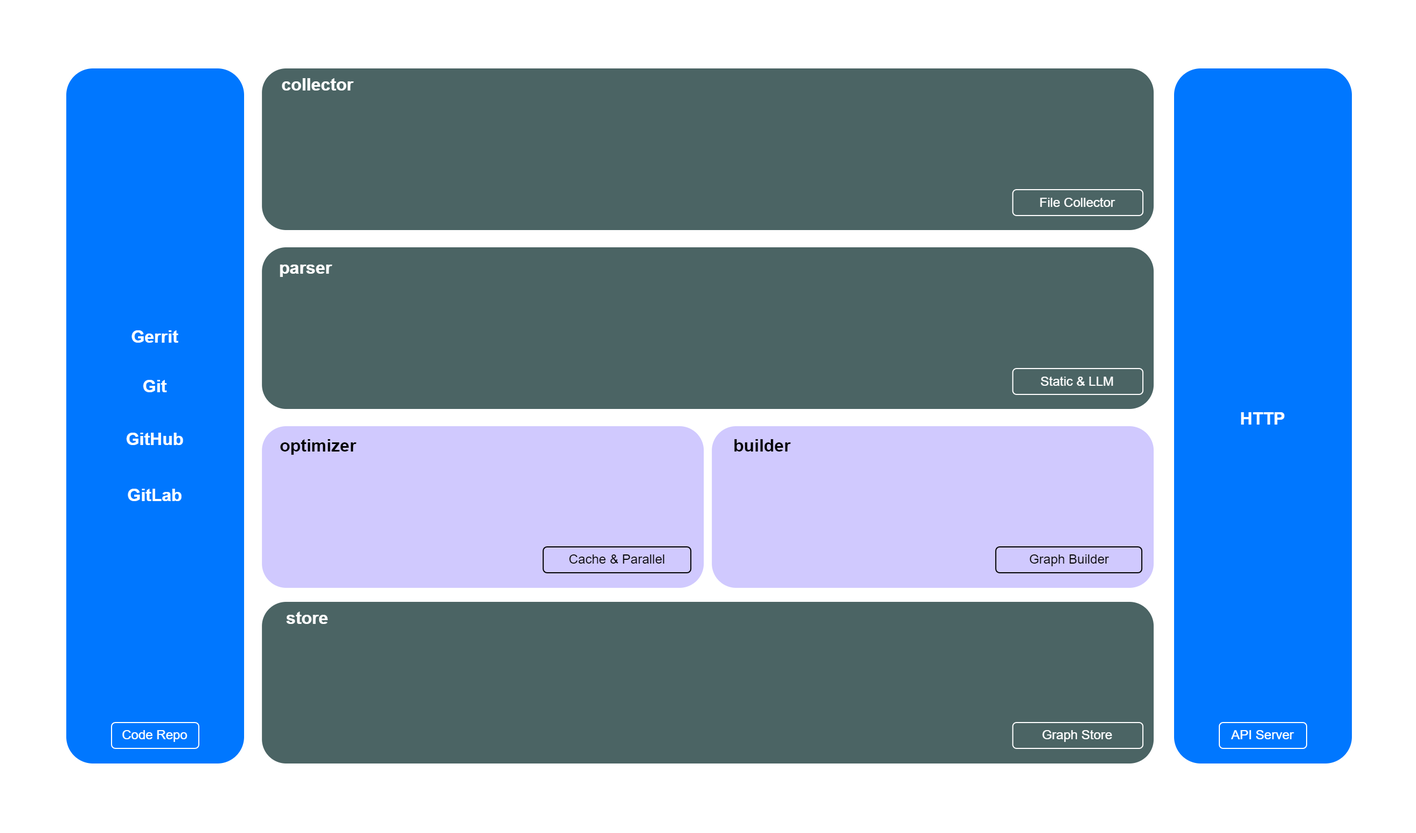
Above: arch.png in ai-flowx/vecx (draw.io), before the change. Source tidied: cells renumbered, new cells last; positions are measured from the earlier drawing's top-left corner, leaving out a move shared by most shapes. Source of this version:
```xml
<mxGraphModel>
  <root>
    <mxCell id="0" />
    <mxCell id="1" parent="0" />
    <mxCell id="2" style="rounded=0;whiteSpace=wrap;html=1;fillColor=#FFFFFF;strokeColor=none;" parent="1" vertex="1">
      <mxGeometry x="-0.2" y="-0.1" width="1313" height="771.1" as="geometry" />
    </mxCell>
    <mxCell id="3" style="rounded=1;whiteSpace=wrap;html=1;fillColor=#D0C9FE;strokeColor=none;" parent="1" vertex="1">
      <mxGeometry x="660.1" y="395" width="410" height="150" as="geometry" />
    </mxCell>
    <mxCell id="4" value="&lt;b&gt;builder&lt;/b&gt;" style="text;html=1;strokeColor=none;fillColor=none;align=center;verticalAlign=middle;whiteSpace=wrap;rounded=0;fontSize=16;fontColor=#000000;" parent="1" vertex="1">
      <mxGeometry x="660.1" y="398" width="93.9" height="30" as="geometry" />
    </mxCell>
    <mxCell id="5" value="Graph Builder" style="text;html=1;strokeColor=#000000;fillColor=none;align=center;verticalAlign=middle;whiteSpace=wrap;rounded=1;fontStyle=0;fontColor=#000000;" parent="1" vertex="1">
      <mxGeometry x="923.6" y="507" width="135.5" height="24" as="geometry" />
    </mxCell>
    <mxCell id="6" style="rounded=1;whiteSpace=wrap;html=1;fillColor=#4B6464;strokeColor=none;" parent="1" vertex="1">
      <mxGeometry x="242.6" y="63" width="827.5" height="150" as="geometry" />
    </mxCell>
    <mxCell id="7" value="&lt;b style=&quot;font-size: 16px;&quot;&gt;collector&lt;/b&gt;" style="text;html=1;strokeColor=none;fillColor=none;align=center;verticalAlign=middle;whiteSpace=wrap;rounded=0;fontSize=16;fontColor=#FFFFFF;" parent="1" vertex="1">
      <mxGeometry x="253.6" y="63" width="81.5" height="30" as="geometry" />
    </mxCell>
    <mxCell id="8" value="&lt;span&gt;File Collector&lt;/span&gt;" style="text;html=1;strokeColor=#FFFFFF;fillColor=none;align=center;verticalAlign=middle;whiteSpace=wrap;rounded=1;fontStyle=0;fontColor=#FFFFFF;" parent="1" vertex="1">
      <mxGeometry x="939.3" y="175.5" width="120.8" height="24" as="geometry" />
    </mxCell>
    <mxCell id="9" style="rounded=1;whiteSpace=wrap;html=1;fillColor=#D0C9FE;strokeColor=none;" parent="1" vertex="1">
      <mxGeometry x="242.6" y="395" width="410" height="150" as="geometry" />
    </mxCell>
    <mxCell id="10" value="&lt;b&gt;optimizer&lt;/b&gt;" style="text;html=1;strokeColor=none;fillColor=none;align=center;verticalAlign=middle;whiteSpace=wrap;rounded=0;fontSize=16;fontColor=#000000;" parent="1" vertex="1">
      <mxGeometry x="242.6" y="398" width="103.6" height="30" as="geometry" />
    </mxCell>
    <mxCell id="11" value="Cache &amp;amp; Parallel" style="text;html=1;strokeColor=#000000;fillColor=none;align=center;verticalAlign=middle;whiteSpace=wrap;rounded=1;fontStyle=0;fontColor=#000000;" parent="1" vertex="1">
      <mxGeometry x="503.6" y="507" width="137" height="24" as="geometry" />
    </mxCell>
    <mxCell id="12" style="rounded=1;whiteSpace=wrap;html=1;fillColor=#0077FF;strokeColor=none;" parent="1" vertex="1">
      <mxGeometry x="61" y="63" width="165" height="645" as="geometry" />
    </mxCell>
    <mxCell id="13" value="Code Repo" style="text;html=1;strokeColor=#FFFFFF;fillColor=none;align=center;verticalAlign=middle;whiteSpace=wrap;rounded=1;fontStyle=0;fontColor=#FFFFFF;" parent="1" vertex="1">
      <mxGeometry x="103" y="670" width="81" height="24" as="geometry" />
    </mxCell>
    <mxCell id="14" value="&lt;b&gt;GitHub&lt;/b&gt;" style="text;html=1;strokeColor=none;fillColor=none;align=center;verticalAlign=middle;whiteSpace=wrap;rounded=0;fontSize=16;fontColor=#FFFFFF;" parent="1" vertex="1">
      <mxGeometry x="98" y="391.9" width="91" height="30" as="geometry" />
    </mxCell>
    <mxCell id="15" value="&lt;b&gt;GitLab&lt;/b&gt;" style="text;html=1;strokeColor=none;fillColor=none;align=center;verticalAlign=middle;whiteSpace=wrap;rounded=0;fontSize=16;fontColor=#FFFFFF;" parent="1" vertex="1">
      <mxGeometry x="98" y="443.9" width="91" height="30" as="geometry" />
    </mxCell>
    <mxCell id="16" value="&lt;b&gt;Git&lt;/b&gt;" style="text;html=1;strokeColor=none;fillColor=none;align=center;verticalAlign=middle;whiteSpace=wrap;rounded=0;fontSize=16;fontColor=#FFFFFF;" parent="1" vertex="1">
      <mxGeometry x="98" y="342.9" width="91" height="30" as="geometry" />
    </mxCell>
    <mxCell id="17" value="&lt;b&gt;Gerrit&lt;/b&gt;" style="text;html=1;strokeColor=none;fillColor=none;align=center;verticalAlign=middle;whiteSpace=wrap;rounded=0;fontSize=16;fontColor=#FFFFFF;" parent="1" vertex="1">
      <mxGeometry x="98" y="297.1" width="91" height="30" as="geometry" />
    </mxCell>
    <mxCell id="18" style="rounded=1;whiteSpace=wrap;html=1;fillColor=#4B6464;strokeColor=none;" parent="1" vertex="1">
      <mxGeometry x="242.6" y="558" width="827.5" height="150" as="geometry" />
    </mxCell>
    <mxCell id="19" value="&lt;b&gt;store&lt;/b&gt;" style="text;html=1;strokeColor=none;fillColor=none;align=center;verticalAlign=middle;whiteSpace=wrap;rounded=0;fontSize=16;fontColor=#FFFFFF;" parent="1" vertex="1">
      <mxGeometry x="246.3" y="558" width="77.8" height="30" as="geometry" />
    </mxCell>
    <mxCell id="20" value="&lt;span&gt;Graph Store&lt;/span&gt;" style="text;html=1;strokeColor=#FFFFFF;fillColor=none;align=center;verticalAlign=middle;whiteSpace=wrap;rounded=1;fontStyle=0;fontColor=#FFFFFF;" parent="1" vertex="1">
      <mxGeometry x="939.3" y="670" width="120.8" height="24" as="geometry" />
    </mxCell>
    <mxCell id="21" style="rounded=1;whiteSpace=wrap;html=1;fillColor=#4B6464;strokeColor=none;" parent="1" vertex="1">
      <mxGeometry x="242.6" y="229" width="827.5" height="150" as="geometry" />
    </mxCell>
    <mxCell id="22" value="&lt;b style=&quot;font-size: 16px;&quot;&gt;parser&lt;/b&gt;" style="text;html=1;strokeColor=none;fillColor=none;align=center;verticalAlign=middle;whiteSpace=wrap;rounded=0;fontSize=16;fontColor=#FFFFFF;" parent="1" vertex="1">
      <mxGeometry x="242.6" y="233" width="81.5" height="30" as="geometry" />
    </mxCell>
    <mxCell id="23" value="&lt;span&gt;Static &amp;amp; LLM&lt;/span&gt;" style="text;html=1;strokeColor=#FFFFFF;fillColor=none;align=center;verticalAlign=middle;whiteSpace=wrap;rounded=1;fontStyle=0;fontColor=#FFFFFF;" parent="1" vertex="1">
      <mxGeometry x="939.3" y="341.5" width="120.8" height="24" as="geometry" />
    </mxCell>
    <mxCell id="24" style="rounded=1;whiteSpace=wrap;html=1;fillColor=#0077FF;strokeColor=none;" parent="1" vertex="1">
      <mxGeometry x="1089" y="63" width="165" height="645" as="geometry" />
    </mxCell>
    <mxCell id="25" value="API Server" style="text;html=1;strokeColor=#FFFFFF;fillColor=none;align=center;verticalAlign=middle;whiteSpace=wrap;rounded=1;fontStyle=0;fontColor=#FFFFFF;" parent="1" vertex="1">
      <mxGeometry x="1131" y="670" width="81" height="24" as="geometry" />
    </mxCell>
    <mxCell id="26" value="&lt;b&gt;HTTP&lt;/b&gt;" style="text;html=1;strokeColor=none;fillColor=none;align=center;verticalAlign=middle;whiteSpace=wrap;rounded=0;fontSize=16;fontColor=#FFFFFF;" parent="1" vertex="1">
      <mxGeometry x="1126" y="372.9" width="91" height="30" as="geometry" />
    </mxCell>
  </root>
</mxGraphModel>
```
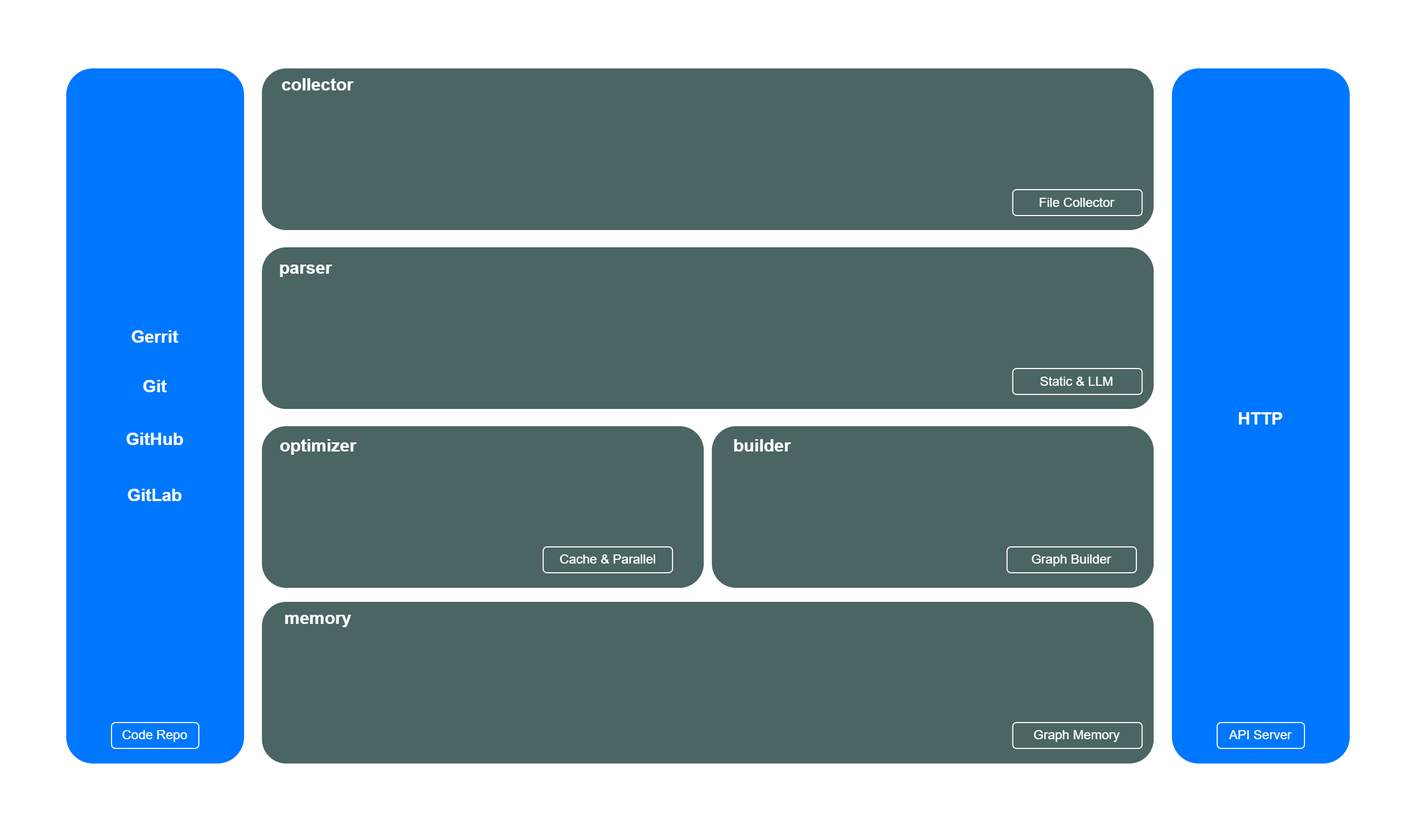
Later version of the same file.

The edit, as a diff of the source:
```diff
@@ -5,14 +5,14 @@
     <mxCell id="2" style="rounded=0;whiteSpace=wrap;html=1;fillColor=#FFFFFF;strokeColor=none;" parent="1" vertex="1">
       <mxGeometry x="-0.2" y="-0.1" width="1313" height="771.1" as="geometry" />
     </mxCell>
-    <mxCell id="3" style="rounded=1;whiteSpace=wrap;html=1;fillColor=#D0C9FE;strokeColor=none;" parent="1" vertex="1">
+    <mxCell id="3" style="rounded=1;whiteSpace=wrap;html=1;fillColor=#4B6464;strokeColor=none;" parent="1" vertex="1">
       <mxGeometry x="660.1" y="395" width="410" height="150" as="geometry" />
     </mxCell>
-    <mxCell id="4" value="&lt;b&gt;builder&lt;/b&gt;" style="text;html=1;strokeColor=none;fillColor=none;align=center;verticalAlign=middle;whiteSpace=wrap;rounded=0;fontSize=16;fontColor=#000000;" parent="1" vertex="1">
+    <mxCell id="4" value="&lt;b&gt;builder&lt;/b&gt;" style="text;html=1;strokeColor=none;fillColor=none;align=center;verticalAlign=middle;whiteSpace=wrap;rounded=0;fontSize=16;fontColor=#FFFFFF;" parent="1" vertex="1">
       <mxGeometry x="660.1" y="398" width="93.9" height="30" as="geometry" />
     </mxCell>
-    <mxCell id="5" value="Graph Builder" style="text;html=1;strokeColor=#000000;fillColor=none;align=center;verticalAlign=middle;whiteSpace=wrap;rounded=1;fontStyle=0;fontColor=#000000;" parent="1" vertex="1">
-      <mxGeometry x="923.6" y="507" width="135.5" height="24" as="geometry" />
+    <mxCell id="5" value="Graph Builder" style="text;html=1;strokeColor=#FFFFFF;fillColor=none;align=center;verticalAlign=middle;whiteSpace=wrap;rounded=1;fontStyle=0;fontColor=#FFFFFF;" parent="1" vertex="1">
+      <mxGeometry x="934" y="507" width="120" height="24" as="geometry" />
     </mxCell>
     <mxCell id="6" style="rounded=1;whiteSpace=wrap;html=1;fillColor=#4B6464;strokeColor=none;" parent="1" vertex="1">
       <mxGeometry x="242.6" y="63" width="827.5" height="150" as="geometry" />
@@ -21,16 +21,16 @@
       <mxGeometry x="253.6" y="63" width="81.5" height="30" as="geometry" />
     </mxCell>
     <mxCell id="8" value="&lt;span&gt;File Collector&lt;/span&gt;" style="text;html=1;strokeColor=#FFFFFF;fillColor=none;align=center;verticalAlign=middle;whiteSpace=wrap;rounded=1;fontStyle=0;fontColor=#FFFFFF;" parent="1" vertex="1">
-      <mxGeometry x="939.3" y="175.5" width="120.8" height="24" as="geometry" />
+      <mxGeometry x="939.3" y="175.5" width="120" height="24" as="geometry" />
     </mxCell>
-    <mxCell id="9" style="rounded=1;whiteSpace=wrap;html=1;fillColor=#D0C9FE;strokeColor=none;" parent="1" vertex="1">
+    <mxCell id="9" style="rounded=1;whiteSpace=wrap;html=1;fillColor=#4B6464;strokeColor=none;" parent="1" vertex="1">
       <mxGeometry x="242.6" y="395" width="410" height="150" as="geometry" />
     </mxCell>
-    <mxCell id="10" value="&lt;b&gt;optimizer&lt;/b&gt;" style="text;html=1;strokeColor=none;fillColor=none;align=center;verticalAlign=middle;whiteSpace=wrap;rounded=0;fontSize=16;fontColor=#000000;" parent="1" vertex="1">
+    <mxCell id="10" value="&lt;b&gt;optimizer&lt;/b&gt;" style="text;html=1;strokeColor=none;fillColor=none;align=center;verticalAlign=middle;whiteSpace=wrap;rounded=0;fontSize=16;fontColor=#FFFFFF;" parent="1" vertex="1">
       <mxGeometry x="242.6" y="398" width="103.6" height="30" as="geometry" />
     </mxCell>
-    <mxCell id="11" value="Cache &amp;amp; Parallel" style="text;html=1;strokeColor=#000000;fillColor=none;align=center;verticalAlign=middle;whiteSpace=wrap;rounded=1;fontStyle=0;fontColor=#000000;" parent="1" vertex="1">
-      <mxGeometry x="503.6" y="507" width="137" height="24" as="geometry" />
+    <mxCell id="11" value="Cache &amp;amp; Parallel" style="text;html=1;strokeColor=#FFFFFF;fillColor=none;align=center;verticalAlign=middle;whiteSpace=wrap;rounded=1;fontStyle=0;fontColor=#FFFFFF;" parent="1" vertex="1">
+      <mxGeometry x="503.6" y="507" width="120" height="24" as="geometry" />
     </mxCell>
     <mxCell id="12" style="rounded=1;whiteSpace=wrap;html=1;fillColor=#0077FF;strokeColor=none;" parent="1" vertex="1">
       <mxGeometry x="61" y="63" width="165" height="645" as="geometry" />
@@ -53,11 +53,11 @@
     <mxCell id="18" style="rounded=1;whiteSpace=wrap;html=1;fillColor=#4B6464;strokeColor=none;" parent="1" vertex="1">
       <mxGeometry x="242.6" y="558" width="827.5" height="150" as="geometry" />
     </mxCell>
-    <mxCell id="19" value="&lt;b&gt;store&lt;/b&gt;" style="text;html=1;strokeColor=none;fillColor=none;align=center;verticalAlign=middle;whiteSpace=wrap;rounded=0;fontSize=16;fontColor=#FFFFFF;" parent="1" vertex="1">
-      <mxGeometry x="246.3" y="558" width="77.8" height="30" as="geometry" />
+    <mxCell id="19" value="&lt;b&gt;memory&lt;/b&gt;" style="text;html=1;strokeColor=none;fillColor=none;align=center;verticalAlign=middle;whiteSpace=wrap;rounded=0;fontSize=16;fontColor=#FFFFFF;" parent="1" vertex="1">
+      <mxGeometry x="255.5" y="558" width="77.8" height="30" as="geometry" />
     </mxCell>
-    <mxCell id="20" value="&lt;span&gt;Graph Store&lt;/span&gt;" style="text;html=1;strokeColor=#FFFFFF;fillColor=none;align=center;verticalAlign=middle;whiteSpace=wrap;rounded=1;fontStyle=0;fontColor=#FFFFFF;" parent="1" vertex="1">
-      <mxGeometry x="939.3" y="670" width="120.8" height="24" as="geometry" />
+    <mxCell id="20" value="&lt;span&gt;Graph Memory&lt;/span&gt;" style="text;html=1;strokeColor=#FFFFFF;fillColor=none;align=center;verticalAlign=middle;whiteSpace=wrap;rounded=1;fontStyle=0;fontColor=#FFFFFF;" parent="1" vertex="1">
+      <mxGeometry x="939.3" y="670" width="120" height="24" as="geometry" />
     </mxCell>
     <mxCell id="21" style="rounded=1;whiteSpace=wrap;html=1;fillColor=#4B6464;strokeColor=none;" parent="1" vertex="1">
       <mxGeometry x="242.6" y="229" width="827.5" height="150" as="geometry" />
@@ -66,16 +66,16 @@
       <mxGeometry x="242.6" y="233" width="81.5" height="30" as="geometry" />
     </mxCell>
     <mxCell id="23" value="&lt;span&gt;Static &amp;amp; LLM&lt;/span&gt;" style="text;html=1;strokeColor=#FFFFFF;fillColor=none;align=center;verticalAlign=middle;whiteSpace=wrap;rounded=1;fontStyle=0;fontColor=#FFFFFF;" parent="1" vertex="1">
-      <mxGeometry x="939.3" y="341.5" width="120.8" height="24" as="geometry" />
+      <mxGeometry x="939.3" y="341.5" width="120" height="24" as="geometry" />
     </mxCell>
     <mxCell id="24" style="rounded=1;whiteSpace=wrap;html=1;fillColor=#0077FF;strokeColor=none;" parent="1" vertex="1">
-      <mxGeometry x="1089" y="63" width="165" height="645" as="geometry" />
+      <mxGeometry x="1087" y="63" width="165" height="645" as="geometry" />
     </mxCell>
     <mxCell id="25" value="API Server" style="text;html=1;strokeColor=#FFFFFF;fillColor=none;align=center;verticalAlign=middle;whiteSpace=wrap;rounded=1;fontStyle=0;fontColor=#FFFFFF;" parent="1" vertex="1">
-      <mxGeometry x="1131" y="670" width="81" height="24" as="geometry" />
+      <mxGeometry x="1129" y="670" width="81" height="24" as="geometry" />
     </mxCell>
     <mxCell id="26" value="&lt;b&gt;HTTP&lt;/b&gt;" style="text;html=1;strokeColor=none;fillColor=none;align=center;verticalAlign=middle;whiteSpace=wrap;rounded=0;fontSize=16;fontColor=#FFFFFF;" parent="1" vertex="1">
-      <mxGeometry x="1126" y="372.9" width="91" height="30" as="geometry" />
+      <mxGeometry x="1124" y="372.9" width="91" height="30" as="geometry" />
     </mxCell>
   </root>
 </mxGraphModel>
```
